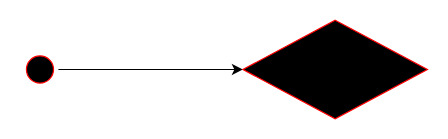
Earlier version of the draw.io diagram DIAGRAMS/State Diagram.drawio (551462-Design-Develop-Deploy-24-25/001-port-individual-software-project-portfolio-MMukhtar1885). Source tidied: cells renumbered, new cells numbered last; positions are measured from the earlier drawing's top-left corner, leaving out a move shared by most shapes. Both pictures are drawn from the tidied source at 123%, with x=0, y=0 at pixel (21, 20).
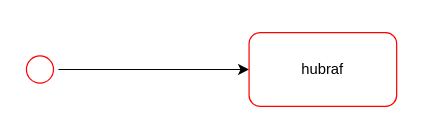
Above is the later version.

Diff of the diagram source:
```diff
@@
 <mxGraphModel>
   <root>
     <mxCell id="0" />
     <mxCell id="1" parent="0" />
-    <mxCell id="2" style="edgeStyle=orthogonalEdgeStyle;rounded=0;jettySize=auto;html=1;" parent="1" edge="1" source="3" target="4">
-      <mxGeometry relative="1" as="geometry" />
-    </mxCell>
+    <mxCell id="5" style="edgeStyle=orthogonalEdgeStyle;rounded=0;jettySize=auto;html=1;" parent="1" edge="1" source="3" target="6">
+      <mxGeometry relative="1" as="geometry" />
+    </mxCell>
-    <mxCell id="3" style="ellipse;html=1;shape=startState;fillColor=#000000;strokeColor=#ff0000;" parent="1" vertex="1">
+    <mxCell id="3" style="ellipse;html=1;shape=startState;fillColor=#FFFFFF;strokeColor=#ff0000;" parent="1" vertex="1">
       <mxGeometry y="25" width="30" height="30" as="geometry" />
     </mxCell>
-    <mxCell id="4" style="rhombus;whiteSpace=wrap;html=1;fillColor=#000000;strokeColor=#ff0000;" parent="1" vertex="1">
-      <mxGeometry x="180" width="150" height="80" as="geometry" />
-    </mxCell>
+    <mxCell id="6" value="hubraf" style="rounded=1;whiteSpace=wrap;html=1;fillColor=#FFFFFF;strokeColor=#ff0000;" parent="1" vertex="1">
+      <mxGeometry x="185" y="10" width="120" height="60" as="geometry" />
+    </mxCell>
   </root>
 </mxGraphModel>
```
